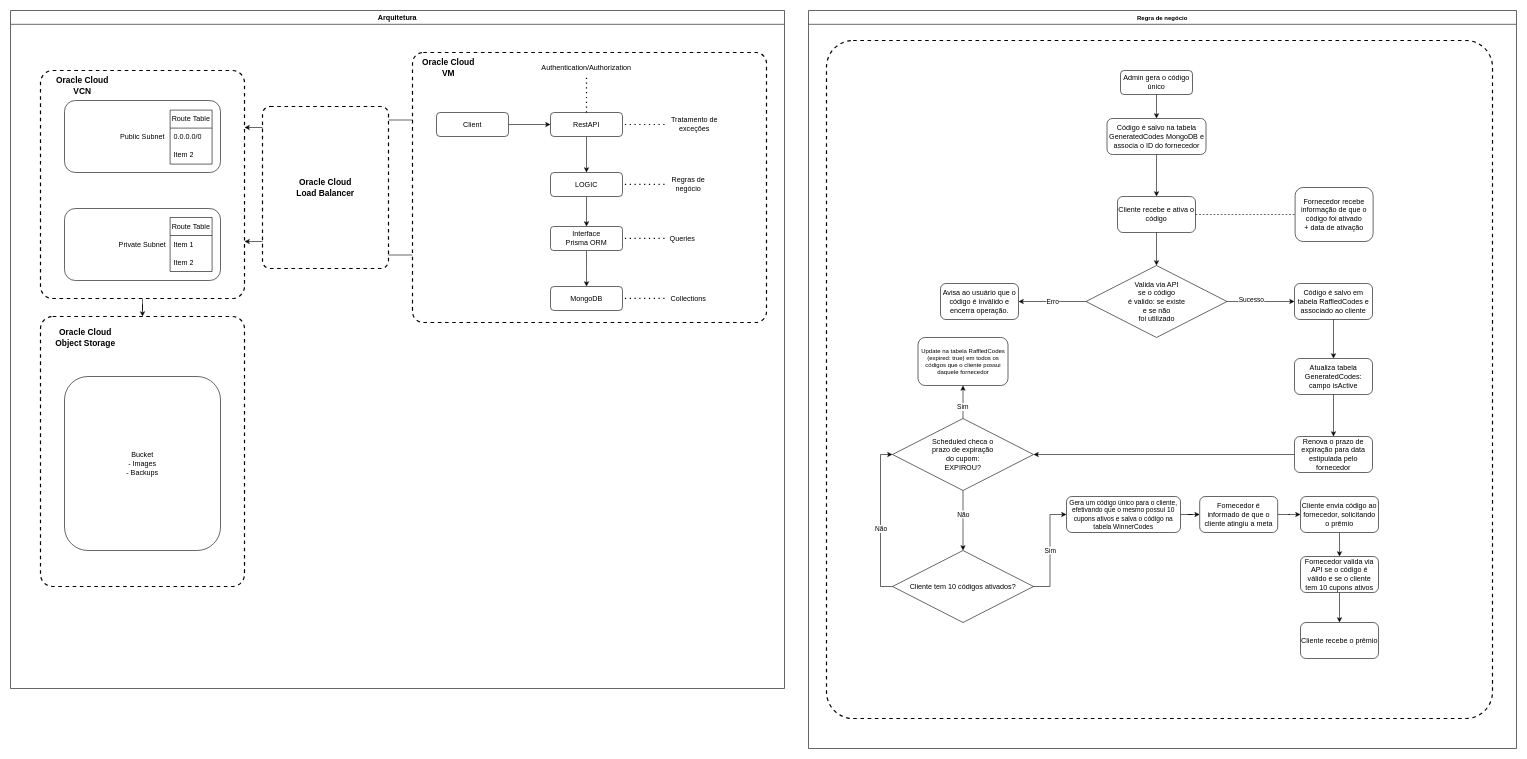
The draw.io diagram www/doc/diagrams/pedemais.drawio in ramonlopz1/personal-trainer-dashboard, before the edit. Source tidied: cells renumbered, new cells numbered last; positions are measured from the earlier drawing's top-left corner, leaving out a move shared by most shapes. Both pictures are drawn from the tidied source at 60%, with x=0, y=0 at pixel (10, 10).
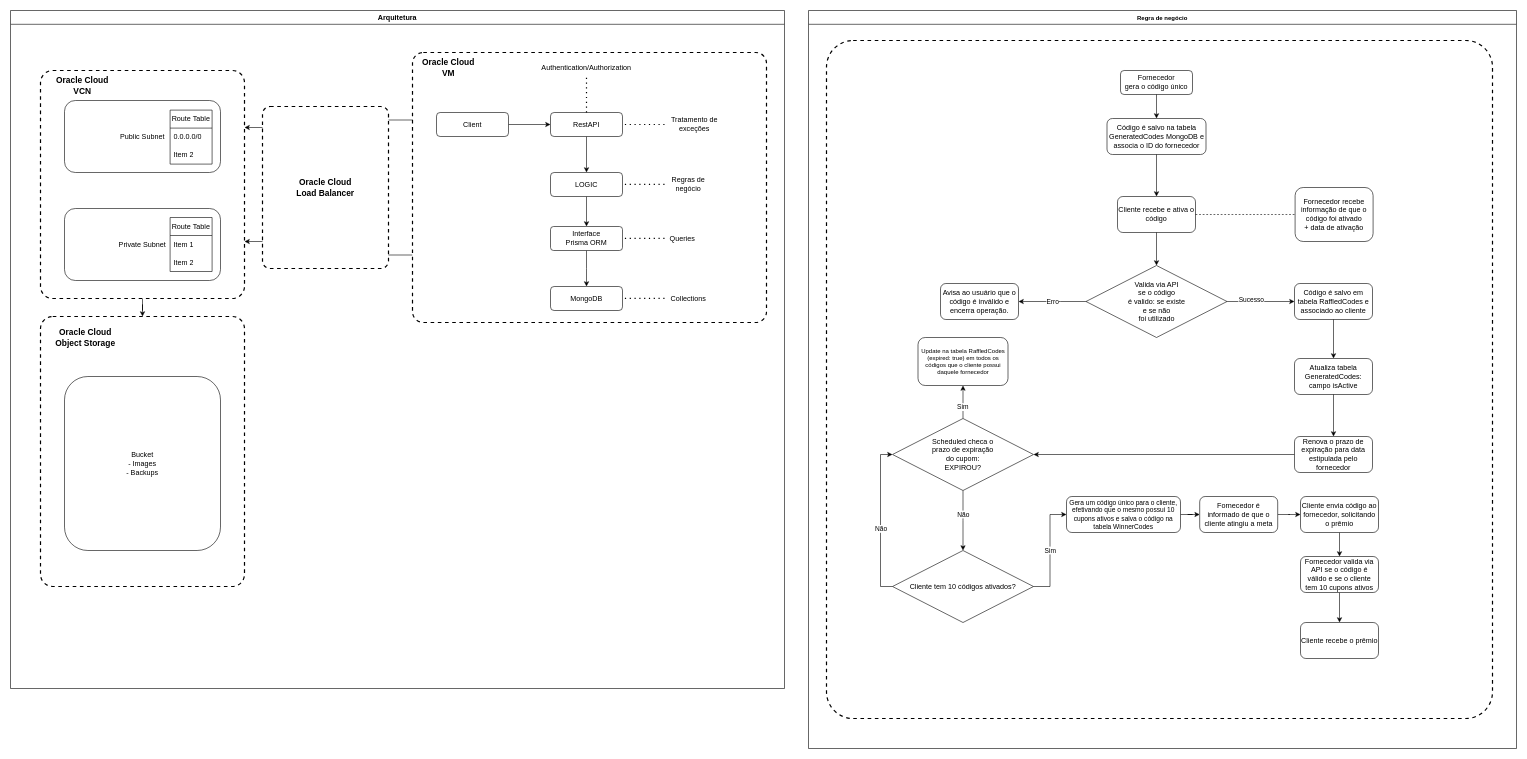
After the change.

Unchanged cells that the change refers to:
```xml
<mxCell id="43" value="Regra de negócio" style="swimlane;whiteSpace=wrap;html=1;fontSize=10;labelBackgroundColor=none;startSize=23;" parent="1" vertex="1">
  <mxGeometry x="1330" width="1180" height="1230" as="geometry" />
</mxCell>
```

What changed in the source:
```diff
@@
-    <mxCell id="45" value="Admin gera o código&lt;br&gt;único" style="rounded=1;whiteSpace=wrap;html=1;fontSize=12;glass=0;strokeWidth=1;shadow=0;" parent="43" vertex="1">
+    <mxCell id="45" value="Fornecedor &lt;br&gt;gera o código único" style="rounded=1;whiteSpace=wrap;html=1;fontSize=12;glass=0;strokeWidth=1;shadow=0;" parent="43" vertex="1">
       <mxGeometry x="520" y="100" width="120" height="40" as="geometry" />
     </mxCell>
```
